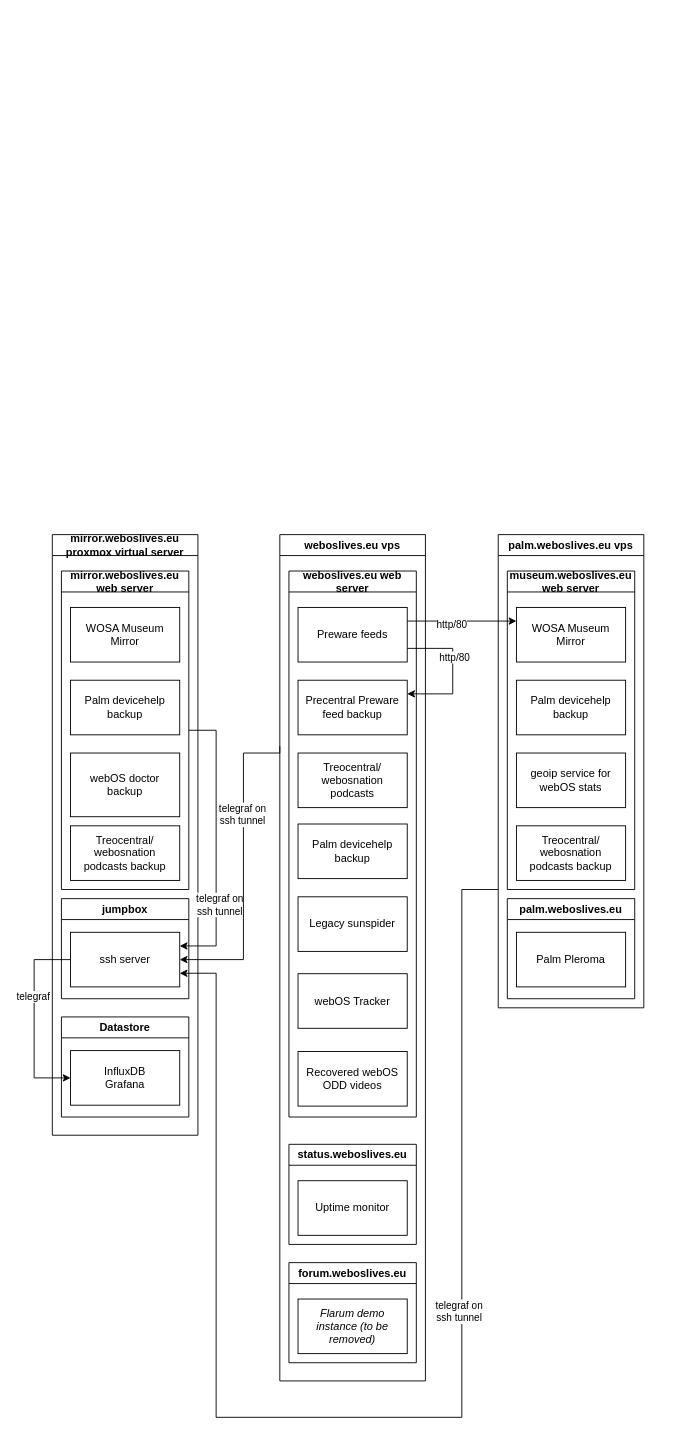
Above: Legacy webOS Services.drawio in h8pewou/legacy_webos (draw.io), before the change. Source tidied: cells renumbered, new cells numbered last; positions are measured from the earlier drawing's top-left corner, leaving out a move shared by most shapes. Both pictures are drawn from the tidied source at 91%, with x=0, y=0 at pixel (34, 534).
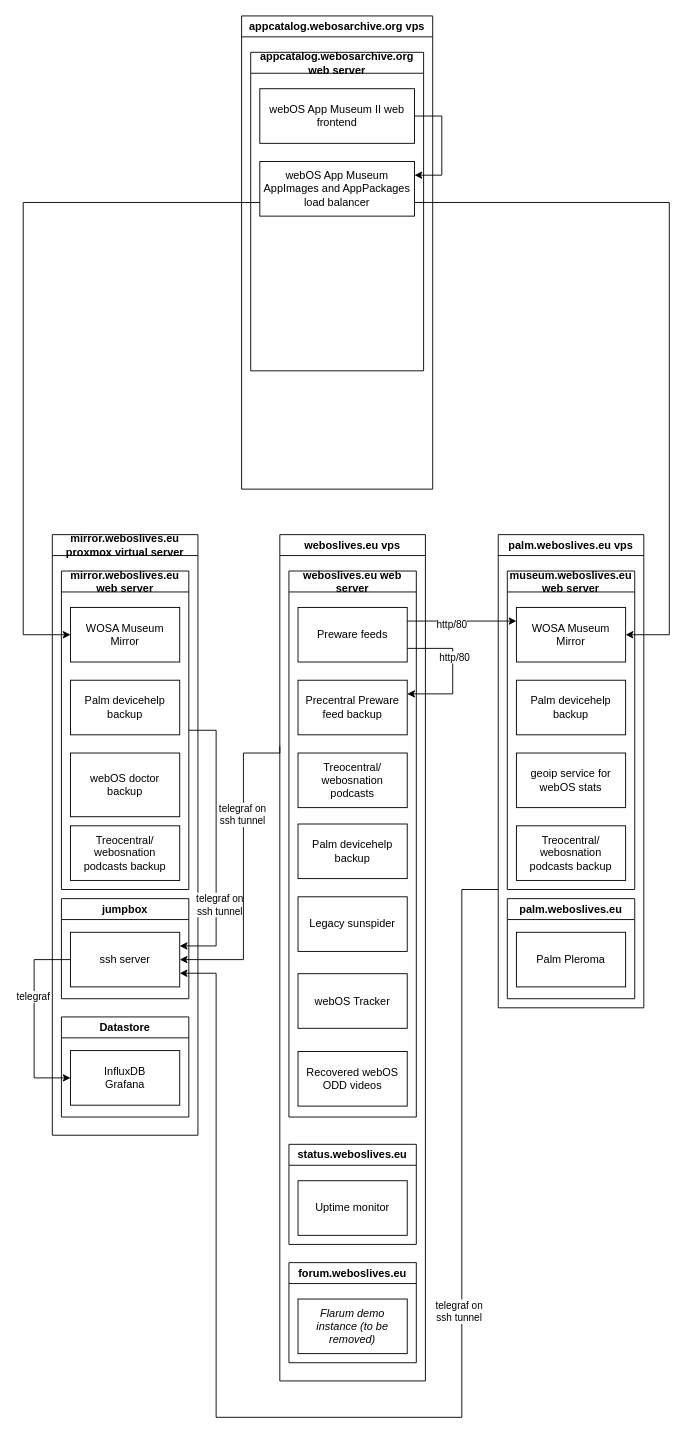
After the change.

Commit message:
Added some wosa components

The change refers to these unchanged cells:
```xml
<mxCell id="23" value="WOSA Museum Mirror" style="rounded=0;whiteSpace=wrap;html=1;" parent="22" vertex="1">
  <mxGeometry x="10" y="40" width="120" height="60" as="geometry" />
</mxCell>
<mxCell id="33" value="WOSA Museum Mirror" style="rounded=0;whiteSpace=wrap;html=1;" parent="32" vertex="1">
  <mxGeometry x="10" y="40" width="120" height="60" as="geometry" />
</mxCell>
```

The edit, as a diff of the source:
```diff
@@
+    <mxCell id="45" value="appcatalog.webosarchive.org vps" style="swimlane;whiteSpace=wrap;html=1;" parent="1" vertex="1">
+      <mxGeometry x="228" y="-570" width="210" height="520" as="geometry" />
+    </mxCell>
+    <mxCell id="46" value="appcatalog.webosarchive.org web server" style="swimlane;whiteSpace=wrap;html=1;" parent="45" vertex="1">
+      <mxGeometry x="10" y="40" width="190" height="350" as="geometry" />
+    </mxCell>
+    <mxCell id="47" style="edgeStyle=orthogonalEdgeStyle;rounded=0;jettySize=auto;html=1;exitX=1;exitY=0.5;exitDx=0;exitDy=0;entryX=1;entryY=0.25;entryDx=0;entryDy=0;" parent="46" edge="1" source="48" target="49">
+      <mxGeometry relative="1" as="geometry">
+        <Array as="points">
+          <mxPoint x="210" y="70" />
+          <mxPoint x="210" y="135" />
+        </Array>
+      </mxGeometry>
+    </mxCell>
+    <mxCell id="48" value="webOS App Museum II web frontend" style="rounded=0;whiteSpace=wrap;html=1;" parent="46" vertex="1">
+      <mxGeometry x="10" y="40" width="170" height="60" as="geometry" />
+    </mxCell>
+    <mxCell id="49" value="webOS App Museum AppImages and AppPackages load balancer" style="rounded=0;whiteSpace=wrap;html=1;" parent="46" vertex="1">
+      <mxGeometry x="10" y="120" width="170" height="60" as="geometry" />
+    </mxCell>
+    <mxCell id="50" style="edgeStyle=orthogonalEdgeStyle;rounded=0;jettySize=auto;html=1;exitX=1;exitY=0.75;exitDx=0;exitDy=0;entryX=1;entryY=0.5;entryDx=0;entryDy=0;" parent="1" edge="1" source="49" target="23">
+      <mxGeometry relative="1" as="geometry">
+        <Array as="points">
+          <mxPoint x="698" y="-365" />
+          <mxPoint x="698" y="110" />
+        </Array>
+      </mxGeometry>
+    </mxCell>
+    <mxCell id="51" style="edgeStyle=orthogonalEdgeStyle;rounded=0;jettySize=auto;html=1;exitX=0;exitY=0.75;exitDx=0;exitDy=0;entryX=0;entryY=0.5;entryDx=0;entryDy=0;" parent="1" edge="1" source="49" target="33">
+      <mxGeometry relative="1" as="geometry">
+        <Array as="points">
+          <mxPoint x="-12" y="-365" />
+          <mxPoint x="-12" y="110" />
+        </Array>
+      </mxGeometry>
+    </mxCell>
```
